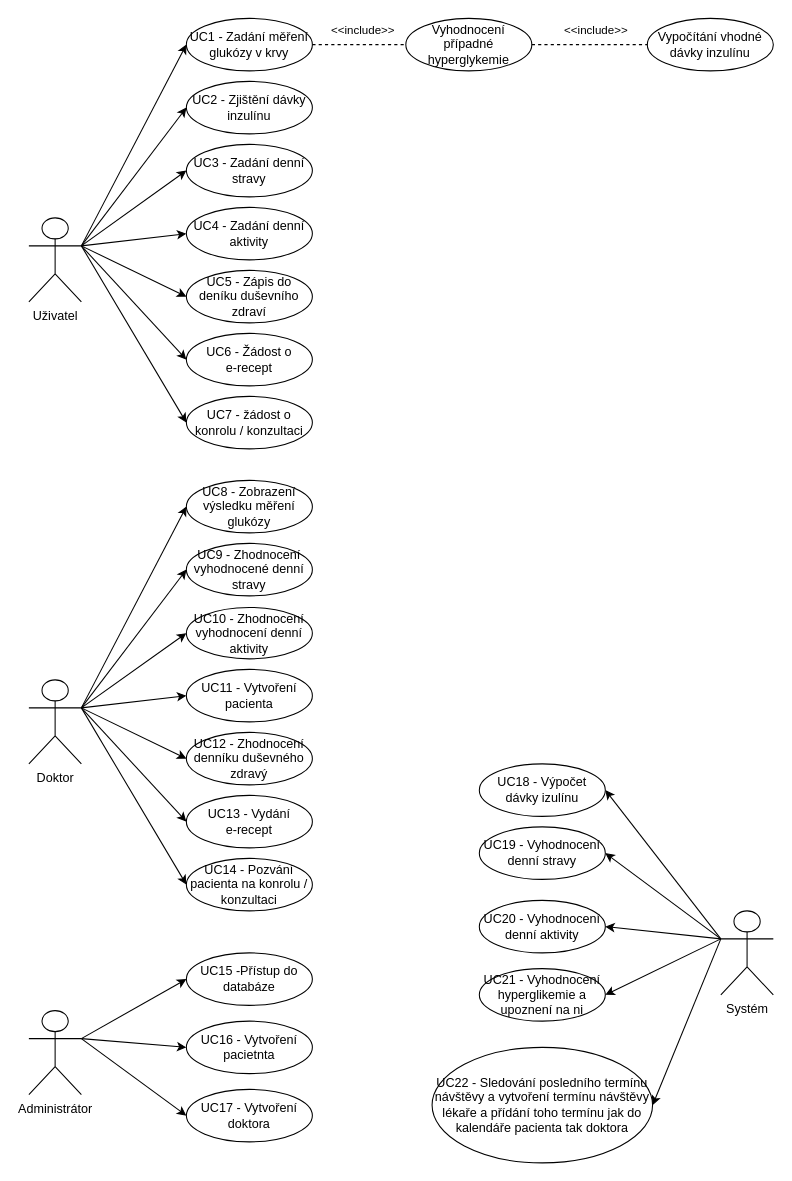
This is Use_case_diagram/diabetes_app.drawio from IronKnee22/software_inz, a draw.io file, before an edit. Source tidied: cells renumbered, new cells numbered last; positions are measured from the earlier drawing's top-left corner, leaving out a move shared by most shapes. Both pictures are drawn from the tidied source at 105%, with x=0, y=0 at pixel (28, 18).
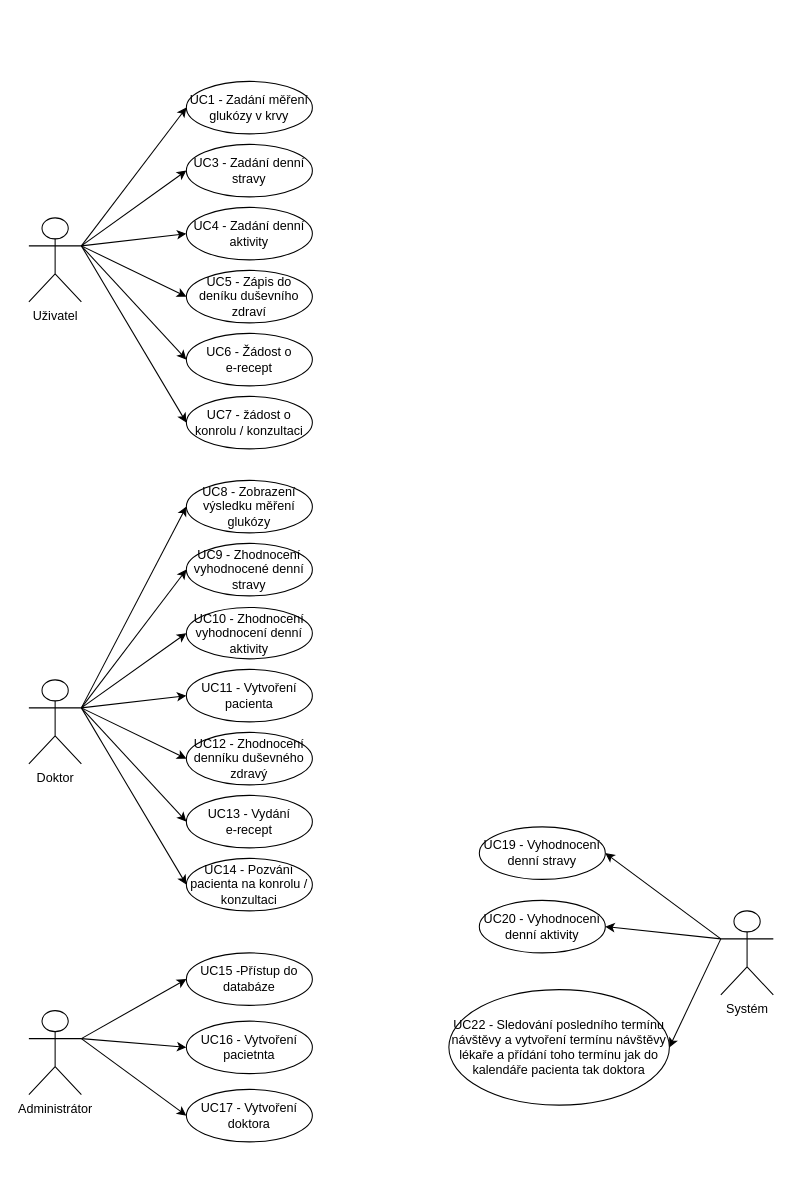
The same diagram, later.

The change refers to these unchanged cells:
```xml
<mxCell id="28" value="Uživatel&lt;br&gt;" style="shape=umlActor;verticalLabelPosition=bottom;verticalAlign=top;html=1;outlineConnect=0;strokeColor=#000000;" parent="1" vertex="1">
  <mxGeometry y="190" width="50" height="80" as="geometry" />
</mxCell>
<mxCell id="47" value="Systém" style="shape=umlActor;verticalLabelPosition=bottom;verticalAlign=top;html=1;outlineConnect=0;strokeColor=#000000;" parent="1" vertex="1">
  <mxGeometry x="659" y="850" width="50" height="80" as="geometry" />
</mxCell>
```

Change to the diagram source:
```diff
@@
-<mxGraphModel background="#FFFFFF">
+<mxGraphModel background="#ffffff">
@@
-    <mxCell id="27" style="edgeStyle=none;html=1;exitX=1;exitY=0.3333333333333333;exitDx=0;exitDy=0;exitPerimeter=0;entryX=0;entryY=0.5;entryDx=0;entryDy=0;strokeColor=#000000;" parent="1" edge="1" source="28" target="30">
-      <mxGeometry relative="1" as="geometry" />
-    </mxCell>
@@
     <mxCell id="29" value="UC1 - Zadání měření glukózy v krvy" style="ellipse;whiteSpace=wrap;html=1;strokeColor=#000000;" parent="1" vertex="1">
-      <mxGeometry x="150" width="120" height="50" as="geometry" />
+      <mxGeometry x="150" y="60" width="120" height="50" as="geometry" />
     </mxCell>
-    <mxCell id="30" value="UC2 - Zjištění dávky inzulínu" style="ellipse;whiteSpace=wrap;html=1;strokeColor=#000000;" parent="1" vertex="1">
-      <mxGeometry x="150" y="60" width="120" height="50" as="geometry" />
-    </mxCell>
@@
-    <mxCell id="36" value="Vyhodnocení případné hyperglykemie" style="ellipse;whiteSpace=wrap;html=1;strokeColor=#000000;" parent="1" vertex="1">
-      <mxGeometry x="359" width="120" height="50" as="geometry" />
-    </mxCell>
-    <mxCell id="37" style="endArrow=none;dashed=1;html=1;exitX=1;exitY=0.5;exitDx=0;exitDy=0;entryX=0;entryY=0.5;entryDx=0;entryDy=0;strokeColor=#000000;" parent="1" edge="1" source="29" target="36">
-      <mxGeometry relative="1" as="geometry" />
-    </mxCell>
-    <mxCell id="38" value="&amp;lt;&amp;lt;include&amp;gt;&amp;gt;" style="edgeLabel;html=1;align=center;verticalAlign=middle;strokeColor=#000000;" parent="37" vertex="1">
-      <mxGeometry x="0.27" relative="1" as="geometry">
-        <mxPoint x="-10" y="-15" as="offset" />
-      </mxGeometry>
-    </mxCell>
@@
-    <mxCell id="42" value="Vypočítání vhodné dávky inzulínu" style="ellipse;whiteSpace=wrap;html=1;strokeColor=#000000;" parent="1" vertex="1">
-      <mxGeometry x="589" width="120" height="50" as="geometry" />
-    </mxCell>
-    <mxCell id="43" style="endArrow=none;dashed=1;html=1;exitX=1;exitY=0.5;exitDx=0;exitDy=0;entryX=0;entryY=0.5;entryDx=0;entryDy=0;strokeColor=#000000;" parent="1" edge="1" target="42">
-      <mxGeometry relative="1" as="geometry">
-        <mxPoint x="479" y="25" as="sourcePoint" />
-      </mxGeometry>
-    </mxCell>
-    <mxCell id="44" value="&amp;lt;&amp;lt;include&amp;gt;&amp;gt;" style="edgeLabel;html=1;align=center;verticalAlign=middle;strokeColor=#000000;" parent="43" vertex="1">
-      <mxGeometry x="0.27" relative="1" as="geometry">
-        <mxPoint x="-10" y="-15" as="offset" />
-      </mxGeometry>
-    </mxCell>
-    <mxCell id="45" style="edgeStyle=none;html=1;exitX=0;exitY=0.3333333333333333;exitDx=0;exitDy=0;exitPerimeter=0;entryX=1;entryY=0.5;entryDx=0;entryDy=0;strokeColor=#000000;" parent="1" edge="1" source="47" target="48">
-      <mxGeometry relative="1" as="geometry" />
-    </mxCell>
@@
-    <mxCell id="48" value="UC18 - Výpočet dávky izulínu" style="ellipse;whiteSpace=wrap;html=1;strokeColor=#000000;" parent="1" vertex="1">
-      <mxGeometry x="429" y="710" width="120" height="50" as="geometry" />
-    </mxCell>
@@
-    <mxCell id="51" value="UC21 - Vyhodnocení hyperglikemie a upoznení na ni" style="ellipse;whiteSpace=wrap;html=1;strokeColor=#000000;" parent="1" vertex="1">
-      <mxGeometry x="429" y="905" width="120" height="50" as="geometry" />
-    </mxCell>
     <mxCell id="52" value="UC22 - Sledování posledního termínu návštěvy a vytvoření termínu návštěvy lékaře a přídání toho termínu jak do kalendáře pacienta tak doktora" style="ellipse;whiteSpace=wrap;html=1;strokeColor=#000000;" parent="1" vertex="1">
-      <mxGeometry x="384" y="980" width="210" height="110" as="geometry" />
+      <mxGeometry x="400" y="925" width="210" height="110" as="geometry" />
     </mxCell>
@@
-    <mxCell id="54" style="edgeStyle=none;html=1;exitX=0;exitY=0.3333333333333333;exitDx=0;exitDy=0;exitPerimeter=0;entryX=1;entryY=0.5;entryDx=0;entryDy=0;strokeColor=#000000;" parent="1" edge="1" source="47" target="51">
-      <mxGeometry relative="1" as="geometry" />
-    </mxCell>
```
